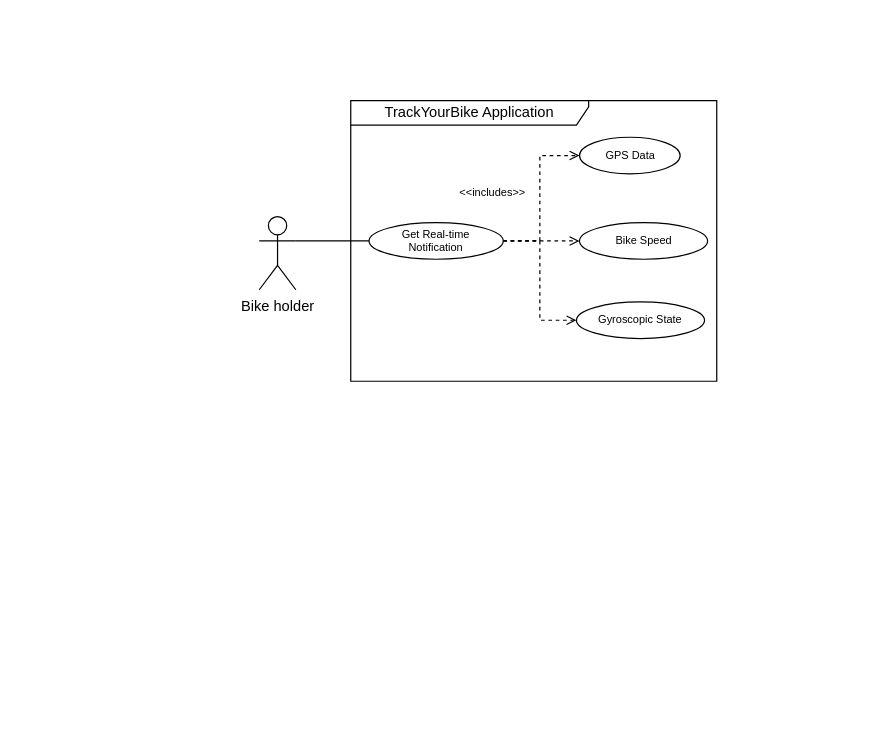
youyinnn/coen_6311_assignment1 keeps this draw.io diagram as doc/diagram/diagram.drawio. Above is the earlier version. Source tidied: cells renumbered, new cells numbered last; positions are measured from the earlier drawing's top-left corner, leaving out a move shared by most shapes. Both pictures are drawn from the tidied source at 122%, with x=0, y=0 at pixel (259, 100).
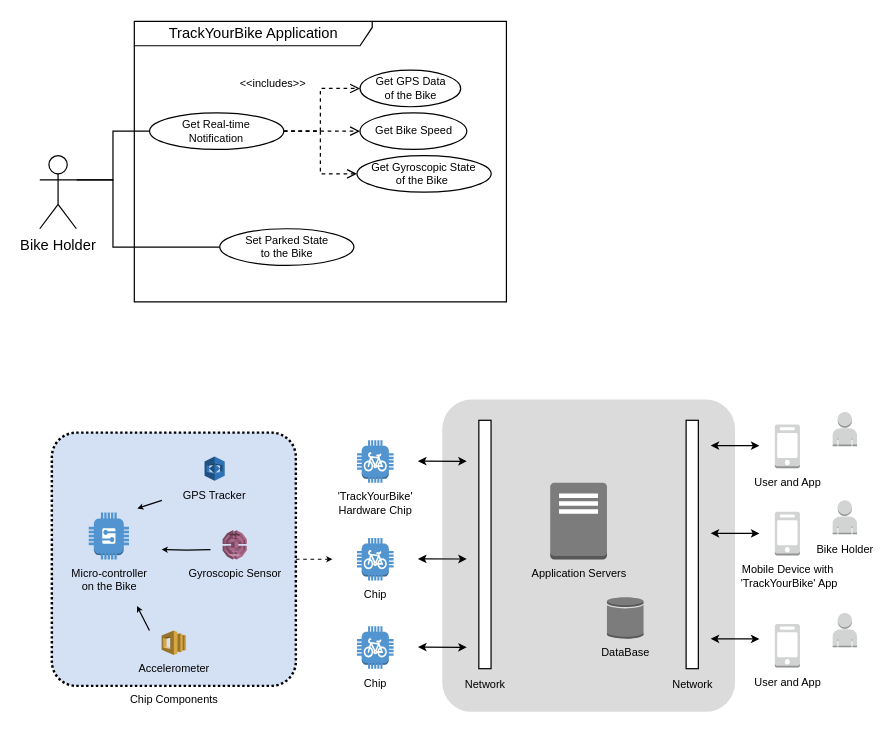
After the change.

Commit message (it also covers changes not shown here):
doc: new stories; system context diagram;

The edit, as a diff of the source:
```diff
@@
+    <mxCell id="13" style="rounded=1;arcSize=10;strokeColor=none;fillColor=#DBDBDB;gradientColor=none;fontSize=9;" parent="1" vertex="1">
+      <mxGeometry x="150" y="245" width="240" height="256" as="geometry" />
+    </mxCell>
+    <mxCell id="14" style="edgeStyle=orthogonalEdgeStyle;rounded=0;jettySize=auto;html=1;exitX=1;exitY=0.5;exitDx=0;exitDy=0;fontSize=6;startArrow=none;startFill=0;endArrow=classic;endFill=1;endSize=2;dashed=1;" parent="1" edge="1" source="15">
+      <mxGeometry relative="1" as="geometry">
+        <mxPoint x="60" y="376.1" as="targetPoint" />
+      </mxGeometry>
+    </mxCell>
+    <mxCell id="15" style="rounded=1;arcSize=10;dashed=1;fillColor=#D4E1F5;gradientColor=none;dashPattern=1 1;strokeWidth=2;fontSize=6;" parent="1" vertex="1">
+      <mxGeometry x="-170" y="272.1" width="200" height="207.6" as="geometry" />
+    </mxCell>
     <mxCell id="2" value="TrackYourBike Application" style="shape=umlFrame;whiteSpace=wrap;html=1;width=195;height=20;" parent="1" vertex="1">
-      <mxGeometry x="75" width="300" height="230" as="geometry" />
+      <mxGeometry x="-102.4" y="-65" width="305" height="230" as="geometry" />
     </mxCell>
@@
+    <mxCell id="16" style="edgeStyle=orthogonalEdgeStyle;rounded=0;jettySize=auto;html=1;exitX=1;exitY=0.3333333333333333;exitDx=0;exitDy=0;exitPerimeter=0;entryX=0;entryY=0.5;entryDx=0;entryDy=0;fontSize=9;endArrow=none;endFill=0;endSize=4;" parent="1" edge="1" source="4" target="27">
+      <mxGeometry relative="1" as="geometry">
+        <Array as="points">
+          <mxPoint x="-119.9" y="65" />
+          <mxPoint x="-119.9" y="120" />
+        </Array>
+      </mxGeometry>
+    </mxCell>
-    <mxCell id="4" value="Bike holder" style="shape=umlActor;verticalLabelPosition=bottom;verticalAlign=top;html=1;" parent="1" vertex="1">
-      <mxGeometry y="95" width="30" height="60" as="geometry" />
+    <mxCell id="4" value="Bike Holder" style="shape=umlActor;verticalLabelPosition=bottom;verticalAlign=top;html=1;" parent="1" vertex="1">
+      <mxGeometry x="-179.9" y="45" width="30" height="60" as="geometry" />
     </mxCell>
-    <mxCell id="5" value="GPS Data" style="ellipse;whiteSpace=wrap;html=1;fontSize=9;" parent="1" vertex="1">
-      <mxGeometry x="262.5" y="30" width="82.5" height="30" as="geometry" />
+    <mxCell id="5" value="Get GPS Data &lt;br&gt;of the Bike" style="ellipse;whiteSpace=wrap;html=1;fontSize=9;" parent="1" vertex="1">
+      <mxGeometry x="82.6" y="-25" width="82.5" height="30" as="geometry" />
     </mxCell>
-    <mxCell id="6" value="Bike Speed" style="ellipse;whiteSpace=wrap;html=1;fontSize=9;" parent="1" vertex="1">
-      <mxGeometry x="262.5" y="100" width="105" height="30" as="geometry" />
+    <mxCell id="6" value="Get Bike Speed" style="ellipse;whiteSpace=wrap;html=1;fontSize=9;" parent="1" vertex="1">
+      <mxGeometry x="82.6" y="10" width="87.5" height="30" as="geometry" />
     </mxCell>
     <mxCell id="7" style="edgeStyle=orthogonalEdgeStyle;rounded=0;jettySize=auto;html=1;exitX=1;exitY=0.5;exitDx=0;exitDy=0;entryX=0;entryY=0.5;entryDx=0;entryDy=0;fontSize=9;endArrow=open;endFill=0;dashed=1;" parent="1" edge="1" source="11" target="5">
       <mxGeometry relative="1" as="geometry">
         <Array as="points">
-          <mxPoint x="230" y="115" />
-          <mxPoint x="230" y="45" />
+          <mxPoint x="50.1" y="25" />
+          <mxPoint x="50.1" y="-10" />
         </Array>
       </mxGeometry>
     </mxCell>
     <mxCell id="8" style="edgeStyle=orthogonalEdgeStyle;rounded=0;jettySize=auto;html=1;exitX=1;exitY=0.5;exitDx=0;exitDy=0;entryX=0;entryY=0.5;entryDx=0;entryDy=0;fontSize=9;endArrow=open;endFill=0;dashed=1;" parent="1" edge="1" source="11" target="6">
-      <mxGeometry relative="1" as="geometry" />
+      <mxGeometry relative="1" as="geometry">
+        <Array as="points">
+          <mxPoint x="40.1" y="25" />
+          <mxPoint x="40.1" y="25" />
+        </Array>
+      </mxGeometry>
     </mxCell>
@@
     <mxCell id="11" value="Get Real-time&lt;br style=&quot;font-size: 9px;&quot;&gt;Notification" style="ellipse;whiteSpace=wrap;html=1;fontSize=9;" parent="1" vertex="1">
-      <mxGeometry x="90" y="100" width="110" height="30" as="geometry" />
+      <mxGeometry x="-89.9" y="10" width="110" height="30" as="geometry" />
     </mxCell>
-    <mxCell id="12" value="Gyroscopic State" style="ellipse;whiteSpace=wrap;html=1;fontSize=9;" parent="1" vertex="1">
-      <mxGeometry x="260" y="165" width="105" height="30" as="geometry" />
+    <mxCell id="12" value="Get Gyroscopic State&lt;br&gt;of the Bike&amp;nbsp;" style="ellipse;whiteSpace=wrap;html=1;fontSize=9;" parent="1" vertex="1">
+      <mxGeometry x="80.1" y="45" width="110" height="30" as="geometry" />
     </mxCell>
+    <mxCell id="17" style="rounded=0;orthogonalLoop=1;jettySize=auto;html=1;fontSize=9;startArrow=classic;startFill=1;endArrow=classic;endFill=1;startSize=4;endSize=4;" parent="1" edge="1">
+      <mxGeometry relative="1" as="geometry">
+        <mxPoint x="130.1" y="447.9" as="sourcePoint" />
+        <mxPoint x="170.1" y="448.1" as="targetPoint" />
+      </mxGeometry>
+    </mxCell>
+    <mxCell id="18" value="Chip" style="dashed=0;verticalLabelPosition=bottom;verticalAlign=top;align=center;html=1;shape=mxgraph.aws3.bicycle;fillColor=#5294CF;gradientColor=none;fontSize=9;" parent="1" vertex="1">
+      <mxGeometry x="80.1" y="430.8" width="30" height="34.8" as="geometry" />
+    </mxCell>
+    <mxCell id="19" value="Mobile Device with&lt;br&gt;&amp;nbsp;'TrackYourBike' App" style="dashed=0;verticalLabelPosition=bottom;verticalAlign=top;align=center;html=1;shape=mxgraph.aws3.mobile_client;fillColor=#D2D3D3;gradientColor=none;fontSize=9;" parent="1" vertex="1">
+      <mxGeometry x="422.6" y="337" width="20.6" height="35.8" as="geometry" />
+    </mxCell>
+    <mxCell id="20" value="Bike Holder" style="dashed=0;verticalLabelPosition=bottom;verticalAlign=top;align=center;html=1;shape=mxgraph.aws3.user;fillColor=#D2D3D3;gradientColor=none;fontSize=9;" parent="1" vertex="1">
+      <mxGeometry x="470" y="327.5" width="20" height="28" as="geometry" />
+    </mxCell>
+    <mxCell id="21" style="edgeStyle=orthogonalEdgeStyle;rounded=1;orthogonalLoop=1;jettySize=auto;html=1;fontSize=9;endArrow=classic;endFill=1;endSize=2;" parent="1" edge="1">
+      <mxGeometry relative="1" as="geometry">
+        <mxPoint x="-40" y="368" as="sourcePoint" />
+        <mxPoint x="-80" y="368" as="targetPoint" />
+      </mxGeometry>
+    </mxCell>
+    <mxCell id="22" value="Gyroscopic Sensor" style="dashed=0;verticalLabelPosition=bottom;verticalAlign=top;align=center;html=1;shape=mxgraph.aws3.pinpoint;fillColor=#AD688B;gradientColor=none;fontSize=9;" parent="1" vertex="1">
+      <mxGeometry x="-30" y="352.1" width="19.8" height="24" as="geometry" />
+    </mxCell>
+    <mxCell id="23" style="rounded=1;orthogonalLoop=1;jettySize=auto;html=1;fontSize=9;endArrow=classic;endFill=1;endSize=2;" parent="1" edge="1">
+      <mxGeometry relative="1" as="geometry">
+        <mxPoint x="-79.8" y="327.6" as="sourcePoint" />
+        <mxPoint x="-100" y="334.3" as="targetPoint" />
+      </mxGeometry>
+    </mxCell>
+    <mxCell id="24" value="GPS Tracker" style="dashed=0;verticalLabelPosition=bottom;verticalAlign=top;align=center;html=1;shape=mxgraph.aws3.rekognition;fillColor=#2E73B8;gradientColor=none;fontSize=9;" parent="1" vertex="1">
+      <mxGeometry x="-44.8" y="291.6" width="16.5" height="20" as="geometry" />
+    </mxCell>
+    <mxCell id="25" style="rounded=1;orthogonalLoop=1;jettySize=auto;html=1;fontSize=9;endArrow=classic;endFill=1;endSize=2;" parent="1" edge="1">
+      <mxGeometry relative="1" as="geometry">
+        <mxPoint x="-90" y="434.3" as="sourcePoint" />
+        <mxPoint x="-100.2" y="414.3" as="targetPoint" />
+      </mxGeometry>
+    </mxCell>
+    <mxCell id="26" value="Accelerometer" style="dashed=0;verticalLabelPosition=bottom;verticalAlign=top;align=center;html=1;shape=mxgraph.aws3.swf;fillColor=#D9A741;gradientColor=none;fontSize=9;" parent="1" vertex="1">
+      <mxGeometry x="-80" y="434.3" width="20" height="20" as="geometry" />
+    </mxCell>
+    <mxCell id="27" value="Set Parked State&lt;br&gt;to the Bike" style="ellipse;whiteSpace=wrap;html=1;fontSize=9;" parent="1" vertex="1">
+      <mxGeometry x="-32.4" y="105" width="110" height="30" as="geometry" />
+    </mxCell>
+    <mxCell id="28" value="Application Servers" style="dashed=0;verticalLabelPosition=bottom;verticalAlign=top;align=center;html=1;shape=mxgraph.aws3.traditional_server;fillColor=#7D7C7C;gradientColor=none;fontSize=9;" parent="1" vertex="1">
+      <mxGeometry x="238.5" y="313.1" width="46.5" height="63" as="geometry" />
+    </mxCell>
+    <mxCell id="29" value="&lt;span style=&quot;font-size: 9px&quot;&gt;Micro-controller&lt;/span&gt;&lt;br style=&quot;font-size: 9px&quot;&gt;&lt;span style=&quot;font-size: 9px&quot;&gt;on the Bike&lt;/span&gt;" style="dashed=0;verticalLabelPosition=bottom;verticalAlign=top;align=center;html=1;shape=mxgraph.aws3.generic;fillColor=#5294CF;gradientColor=none;fontSize=6;" parent="1" vertex="1">
+      <mxGeometry x="-139.8" y="337.6" width="33" height="38.5" as="geometry" />
+    </mxCell>
+    <mxCell id="30" value="'TrackYourBike' &lt;br&gt;Hardware Chip" style="dashed=0;verticalLabelPosition=bottom;verticalAlign=top;align=center;html=1;shape=mxgraph.aws3.bicycle;fillColor=#5294CF;gradientColor=none;fontSize=9;" parent="1" vertex="1">
+      <mxGeometry x="80.1" y="278.4" width="30" height="34.8" as="geometry" />
+    </mxCell>
+    <mxCell id="31" value="Chip" style="dashed=0;verticalLabelPosition=bottom;verticalAlign=top;align=center;html=1;shape=mxgraph.aws3.bicycle;fillColor=#5294CF;gradientColor=none;fontSize=9;" parent="1" vertex="1">
+      <mxGeometry x="80.1" y="358.5" width="30" height="34.8" as="geometry" />
+    </mxCell>
+    <mxCell id="32" value="User and App" style="dashed=0;verticalLabelPosition=bottom;verticalAlign=top;align=center;html=1;shape=mxgraph.aws3.mobile_client;fillColor=#D2D3D3;gradientColor=none;fontSize=9;" parent="1" vertex="1">
+      <mxGeometry x="422.6" y="428.9" width="20.6" height="35.8" as="geometry" />
+    </mxCell>
+    <mxCell id="33" style="dashed=0;verticalLabelPosition=bottom;verticalAlign=top;align=center;html=1;shape=mxgraph.aws3.user;fillColor=#D2D3D3;gradientColor=none;fontSize=9;" parent="1" vertex="1">
+      <mxGeometry x="470" y="420" width="20" height="28" as="geometry" />
+    </mxCell>
+    <mxCell id="34" value="User and App" style="dashed=0;verticalLabelPosition=bottom;verticalAlign=top;align=center;html=1;shape=mxgraph.aws3.mobile_client;fillColor=#D2D3D3;gradientColor=none;fontSize=9;" parent="1" vertex="1">
+      <mxGeometry x="422.6" y="265.5" width="20.6" height="35.8" as="geometry" />
+    </mxCell>
+    <mxCell id="35" style="dashed=0;verticalLabelPosition=bottom;verticalAlign=top;align=center;html=1;shape=mxgraph.aws3.user;fillColor=#D2D3D3;gradientColor=none;fontSize=9;" parent="1" vertex="1">
+      <mxGeometry x="470" y="255.2" width="20" height="28" as="geometry" />
+    </mxCell>
+    <mxCell id="36" value="&lt;font style=&quot;font-size: 9px&quot;&gt;DataBase&lt;/font&gt;" style="dashed=0;verticalLabelPosition=bottom;verticalAlign=top;align=center;html=1;shape=mxgraph.aws3.generic_database;fillColor=#7D7C7C;gradientColor=none;fontSize=6;" parent="1" vertex="1">
+      <mxGeometry x="285" y="406.5" width="30" height="34.5" as="geometry" />
+    </mxCell>
+    <mxCell id="37" style="whiteSpace=wrap;html=1;fontSize=9;" parent="1" vertex="1">
+      <mxGeometry x="180" y="262" width="10" height="203.6" as="geometry" />
+    </mxCell>
+    <mxCell id="38" value="Network" style="text;html=1;align=center;verticalAlign=middle;fillColor=none;strokeColor=none;rounded=0;fontSize=9;" parent="1" vertex="1">
+      <mxGeometry x="160" y="469" width="50" height="20" as="geometry" />
+    </mxCell>
+    <mxCell id="39" style="rounded=0;orthogonalLoop=1;jettySize=auto;html=1;fontSize=9;startArrow=classic;startFill=1;endArrow=classic;endFill=1;startSize=4;endSize=4;" parent="1" edge="1">
+      <mxGeometry relative="1" as="geometry">
+        <mxPoint x="130.1" y="375.6" as="sourcePoint" />
+        <mxPoint x="170.1" y="375.7" as="targetPoint" />
+      </mxGeometry>
+    </mxCell>
+    <mxCell id="40" style="rounded=0;orthogonalLoop=1;jettySize=auto;html=1;fontSize=9;startArrow=classic;startFill=1;endArrow=classic;endFill=1;startSize=4;endSize=4;" parent="1" edge="1">
+      <mxGeometry relative="1" as="geometry">
+        <mxPoint x="130.1" y="295.5" as="sourcePoint" />
+        <mxPoint x="170.1" y="295.6" as="targetPoint" />
+      </mxGeometry>
+    </mxCell>
+    <mxCell id="41" style="rounded=0;orthogonalLoop=1;jettySize=auto;html=1;fontSize=9;startArrow=classic;startFill=1;endArrow=classic;endFill=1;startSize=4;endSize=4;" parent="1" edge="1">
+      <mxGeometry relative="1" as="geometry">
+        <mxPoint x="370" y="441.1" as="sourcePoint" />
+        <mxPoint x="410" y="441.2" as="targetPoint" />
+      </mxGeometry>
+    </mxCell>
+    <mxCell id="42" style="whiteSpace=wrap;html=1;fontSize=9;" parent="1" vertex="1">
+      <mxGeometry x="349.9" y="262" width="10" height="203.6" as="geometry" />
+    </mxCell>
+    <mxCell id="43" value="Network" style="text;html=1;align=center;verticalAlign=middle;fillColor=none;strokeColor=none;rounded=0;fontSize=9;" parent="1" vertex="1">
+      <mxGeometry x="329.9" y="469" width="50" height="20" as="geometry" />
+    </mxCell>
+    <mxCell id="44" style="rounded=0;orthogonalLoop=1;jettySize=auto;html=1;fontSize=9;startArrow=classic;startFill=1;endArrow=classic;endFill=1;startSize=4;endSize=4;" parent="1" edge="1">
+      <mxGeometry relative="1" as="geometry">
+        <mxPoint x="370" y="354.6" as="sourcePoint" />
+        <mxPoint x="410" y="354.7" as="targetPoint" />
+      </mxGeometry>
+    </mxCell>
+    <mxCell id="45" style="rounded=0;orthogonalLoop=1;jettySize=auto;html=1;fontSize=9;startArrow=classic;startFill=1;endArrow=classic;endFill=1;startSize=4;endSize=4;" parent="1" edge="1">
+      <mxGeometry relative="1" as="geometry">
+        <mxPoint x="370" y="282.7" as="sourcePoint" />
+        <mxPoint x="410" y="282.8" as="targetPoint" />
+      </mxGeometry>
+    </mxCell>
+    <mxCell id="46" value="Chip Components" style="text;html=1;align=center;verticalAlign=middle;fillColor=none;strokeColor=none;rounded=0;fontSize=9;" parent="1" vertex="1">
+      <mxGeometry x="-115" y="481" width="90" height="20" as="geometry" />
+    </mxCell>
```
